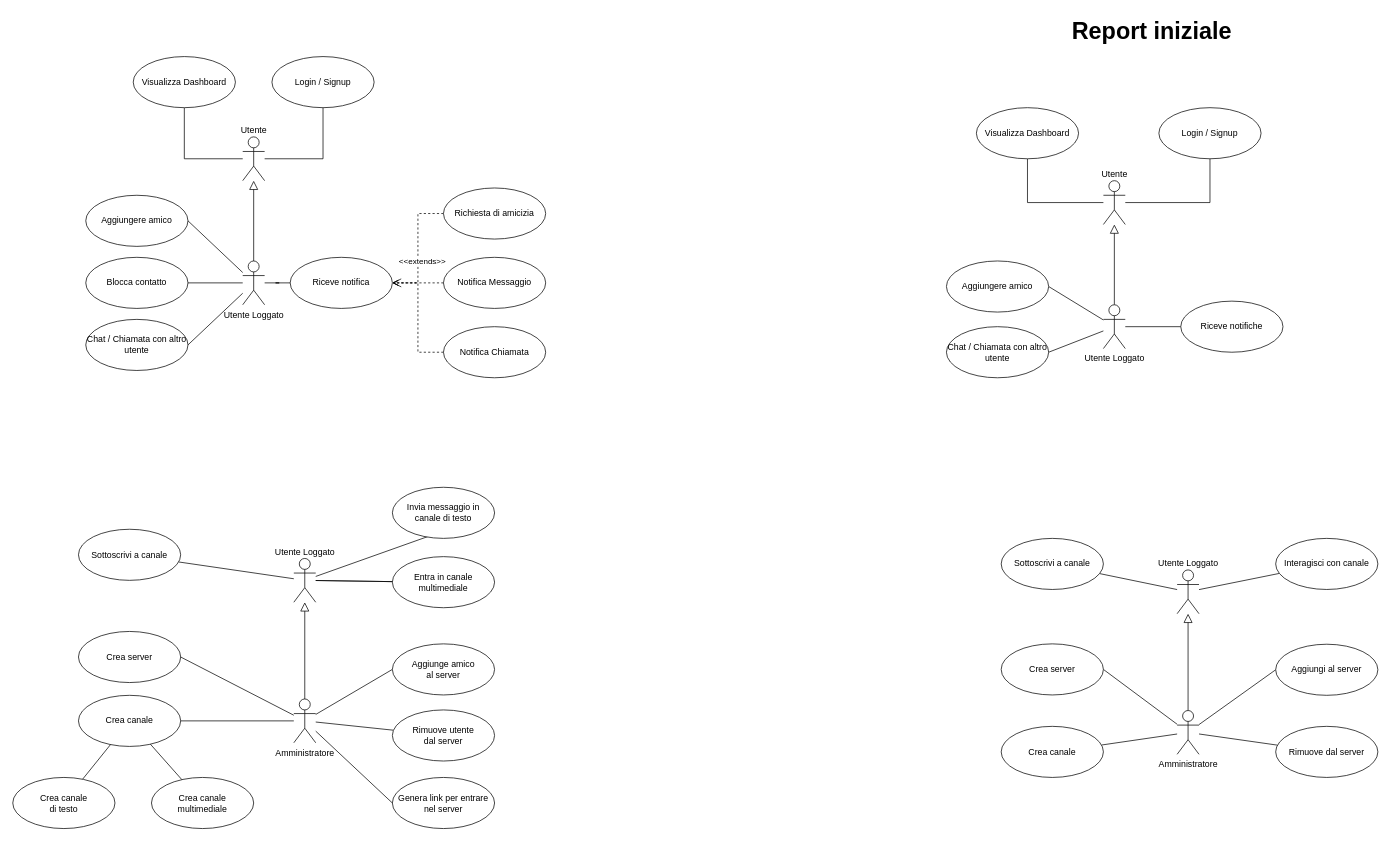
Above: resources/schema.drawio in zucchero-sintattico/piperchat (draw.io), before the change. Source tidied: cells renumbered, new cells numbered last; positions are measured from the earlier drawing's top-left corner, leaving out a move shared by most shapes. Both pictures are drawn from the tidied source at 73%, with x=0, y=0 at pixel (12, 12).
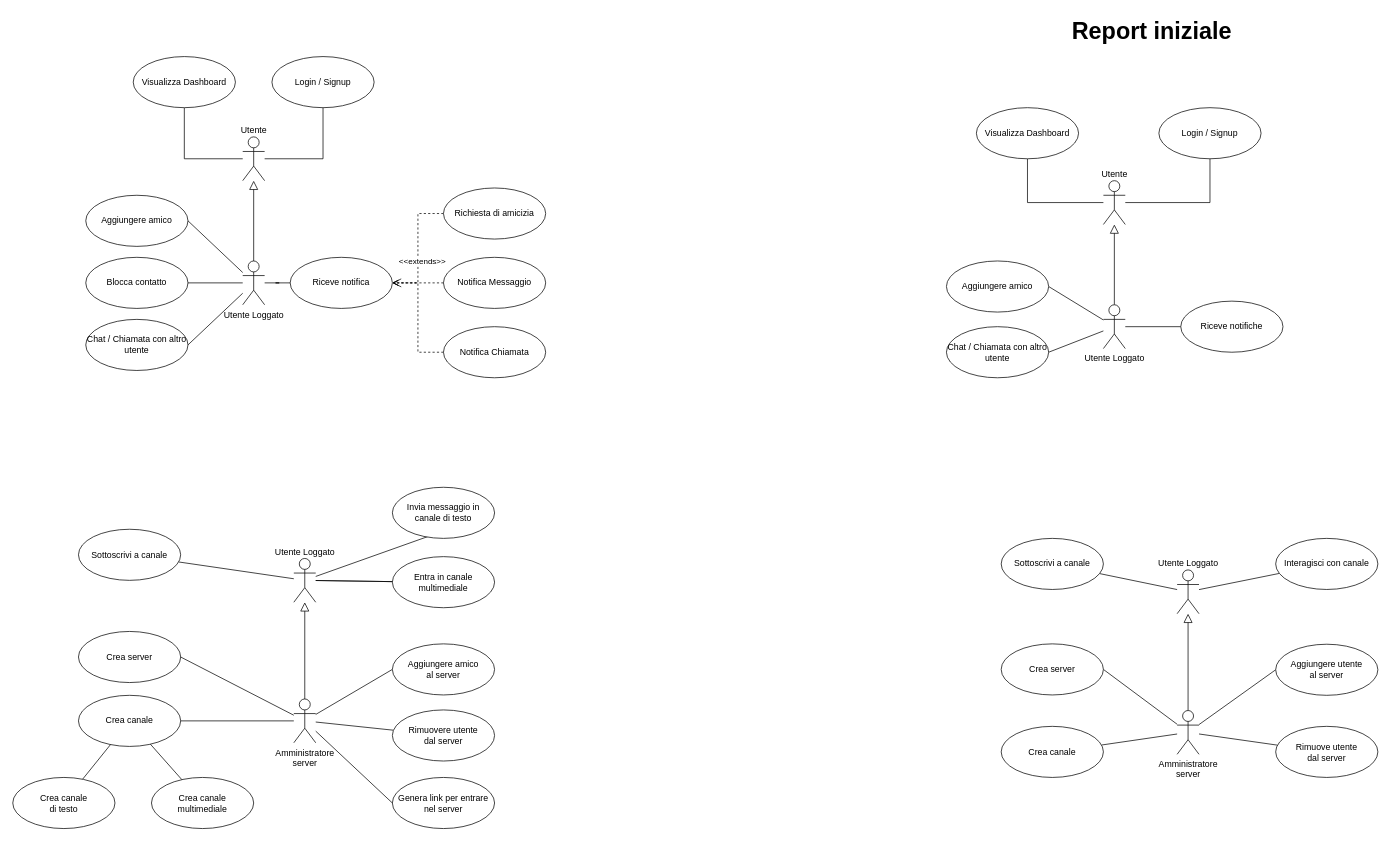
The same diagram, later.

The edit, as a diff of the source:
```diff
@@
-    <mxCell id="30" value="Amministratore" style="shape=umlActor;verticalLabelPosition=bottom;verticalAlign=top;html=1;outlineConnect=0;horizontal=1;labelPosition=center;align=center;" parent="1" vertex="1">
+    <mxCell id="30" value="Amministratore&lt;br&gt;server" style="shape=umlActor;verticalLabelPosition=bottom;verticalAlign=top;html=1;outlineConnect=0;horizontal=1;labelPosition=center;align=center;" parent="1" vertex="1">
       <mxGeometry x="385" y="940" width="30" height="60" as="geometry" />
     </mxCell>
-    <mxCell id="31" value="Aggiunge amico&lt;br&gt;al server" style="ellipse;whiteSpace=wrap;html=1;" parent="1" vertex="1">
+    <mxCell id="31" value="Aggiungere amico&lt;br&gt;al server" style="ellipse;whiteSpace=wrap;html=1;" parent="1" vertex="1">
       <mxGeometry x="520" y="864.5" width="140" height="70" as="geometry" />
     </mxCell>
@@
-    <mxCell id="36" value="Rimuove utente&lt;br&gt;dal server" style="ellipse;whiteSpace=wrap;html=1;" parent="1" vertex="1">
+    <mxCell id="36" value="Rimuovere utente&lt;br&gt;dal server" style="ellipse;whiteSpace=wrap;html=1;" parent="1" vertex="1">
       <mxGeometry x="520" y="955" width="140" height="70" as="geometry" />
     </mxCell>
@@
-    <mxCell id="67" value="Amministratore" style="shape=umlActor;verticalLabelPosition=bottom;verticalAlign=top;html=1;outlineConnect=0;horizontal=1;labelPosition=center;align=center;" parent="1" vertex="1">
+    <mxCell id="67" value="Amministratore&lt;br&gt;server" style="shape=umlActor;verticalLabelPosition=bottom;verticalAlign=top;html=1;outlineConnect=0;horizontal=1;labelPosition=center;align=center;" parent="1" vertex="1">
       <mxGeometry x="1595" y="955.8" width="30" height="60" as="geometry" />
     </mxCell>
-    <mxCell id="68" value="Aggiungi&amp;nbsp;al server" style="ellipse;whiteSpace=wrap;html=1;" parent="1" vertex="1">
+    <mxCell id="68" value="Aggiungere utente&lt;br&gt;al server" style="ellipse;whiteSpace=wrap;html=1;" parent="1" vertex="1">
       <mxGeometry x="1730" y="865" width="140" height="70" as="geometry" />
     </mxCell>
@@
-    <mxCell id="72" value="Rimuove&amp;nbsp;dal server" style="ellipse;whiteSpace=wrap;html=1;" parent="1" vertex="1">
+    <mxCell id="72" value="Rimuove utente&lt;br&gt;dal server" style="ellipse;whiteSpace=wrap;html=1;" parent="1" vertex="1">
       <mxGeometry x="1730" y="977.5" width="140" height="70" as="geometry" />
     </mxCell>
```
